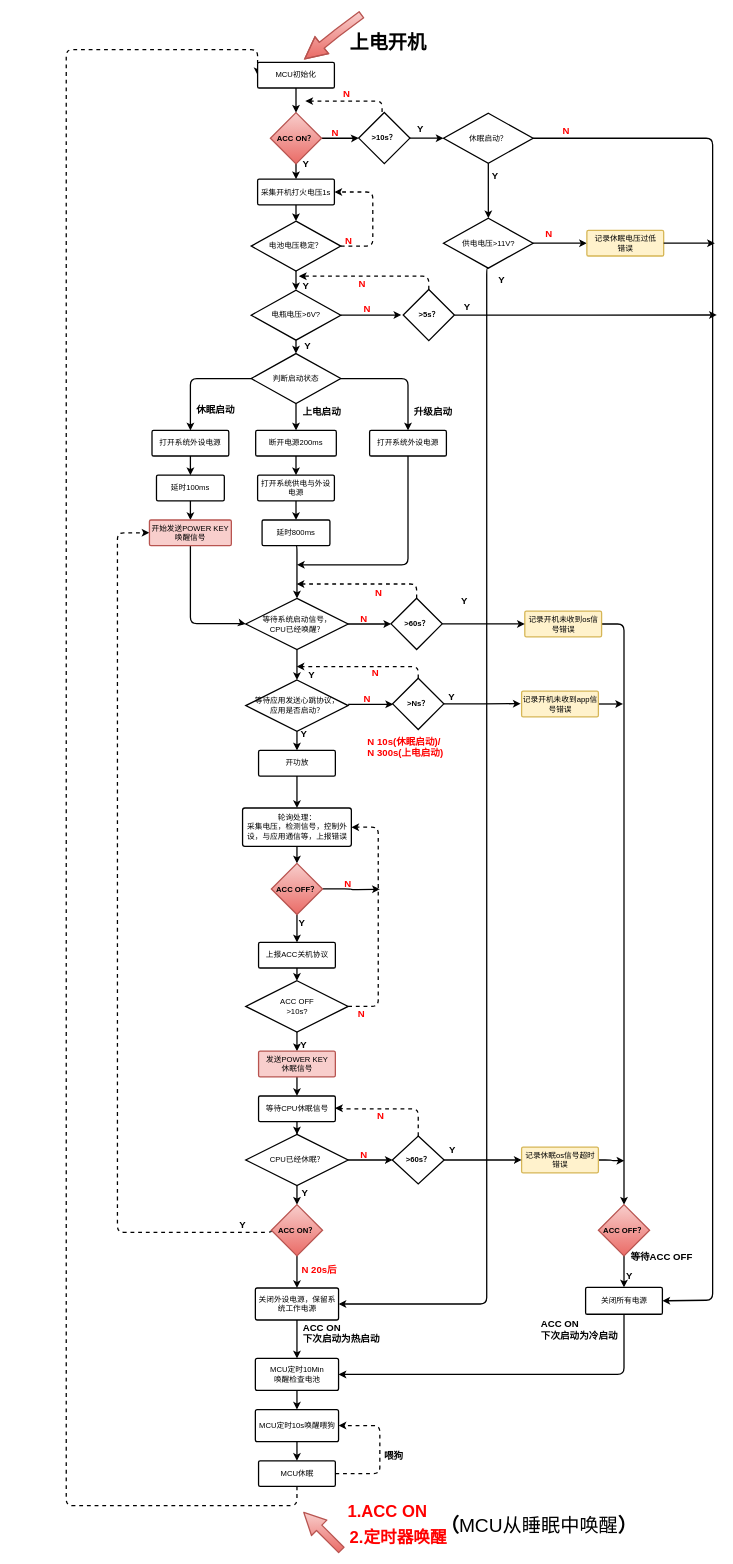
This is page "第 1 页" (1 of 2) of 010_mcu_sleep.drawio from yintianlan/Picture_Draw, a draw.io file, before an edit. Source tidied: cells renumbered, new cells numbered last; positions are measured from the earlier drawing's top-left corner, leaving out a move shared by most shapes. Both pictures are drawn from the tidied source at 64%, with x=0, y=0 at pixel (66, 14).
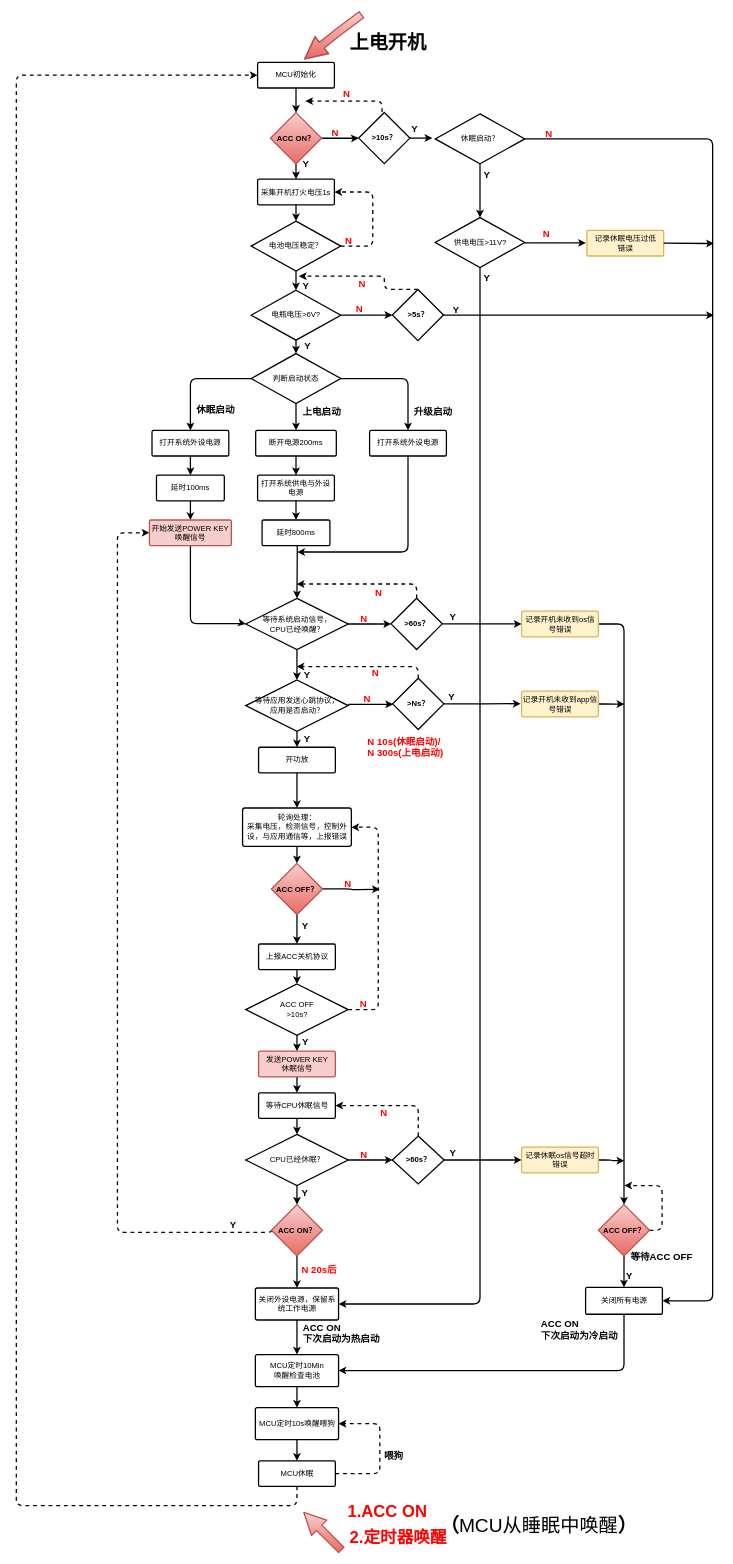
The same page after the edit.

The change refers to these unchanged cells:
```xml
<mxCell id="10" value="电瓶电压&amp;gt;6V?" style="strokeWidth=2;html=1;shape=mxgraph.flowchart.decision;whiteSpace=wrap;fillColor=#ffffff;fontFamily=Helvetica;align=center;strokeColor=#000000;" parent="1" vertex="1">
  <mxGeometry x="289" y="431" width="140" height="78" as="geometry" />
</mxCell>
<mxCell id="16" value="延时800ms" style="strokeWidth=2;html=1;shape=mxgraph.flowchart.process;whiteSpace=wrap;fontFamily=Helvetica;align=center;" parent="1" vertex="1">
  <mxGeometry x="306" y="790" width="106" height="40" as="geometry" />
</mxCell>
<mxCell id="19" value="等待系统启动信号，&lt;br&gt;CPU已经唤醒？" style="strokeWidth=2;html=1;shape=mxgraph.flowchart.decision;whiteSpace=wrap;fillColor=#ffffff;fontFamily=Helvetica;align=center;strokeColor=#000000;" parent="1" vertex="1">
  <mxGeometry x="280.5" y="912.5" width="160" height="80" as="geometry" />
</mxCell>
<mxCell id="32" value="MCU休眠" style="strokeWidth=2;html=1;shape=mxgraph.flowchart.process;whiteSpace=wrap;fillColor=none;fontFamily=Helvetica;align=center;strokeColor=#000000;" parent="1" vertex="1">
  <mxGeometry x="300.5" y="2260" width="120" height="40" as="geometry" />
</mxCell>
<mxCell id="36" value="关闭外设电源，保留系统工作电源" style="strokeWidth=2;html=1;shape=mxgraph.flowchart.process;whiteSpace=wrap;fillColor=none;fontFamily=Helvetica;align=center;strokeColor=#000000;" parent="1" vertex="1">
  <mxGeometry x="295.5" y="1990" width="130" height="50" as="geometry" />
</mxCell>
<mxCell id="42" value="MCU初始化" style="strokeWidth=2;html=1;shape=mxgraph.flowchart.process;whiteSpace=wrap;fontFamily=Helvetica;align=center;" parent="1" vertex="1">
  <mxGeometry x="299" y="75" width="120" height="40" as="geometry" />
</mxCell>
<mxCell id="84" value="关闭所有电源" style="strokeWidth=2;html=1;shape=mxgraph.flowchart.process;whiteSpace=wrap;fillColor=none;fontFamily=Helvetica;align=center;strokeColor=#000000;" parent="1" vertex="1">
  <mxGeometry x="811.5" y="1989" width="120" height="42" as="geometry" />
</mxCell>
<mxCell id="90" value="&lt;b&gt;ACC OFF？&lt;/b&gt;" style="rhombus;whiteSpace=wrap;html=1;strokeWidth=2;fillColor=#f8cecc;fontFamily=Helvetica;align=center;strokeColor=#b85450;gradientColor=#ea6b66;" parent="1" vertex="1">
  <mxGeometry x="831.5" y="1859.8" width="80" height="80" as="geometry" />
</mxCell>
<mxCell id="95" value="记录休眠电压过低&lt;br&gt;错误" style="strokeWidth=2;html=1;shape=mxgraph.flowchart.process;whiteSpace=wrap;fillColor=#fff2cc;fontFamily=Helvetica;align=center;strokeColor=#d6b656;" parent="1" vertex="1">
  <mxGeometry x="813.5" y="337.5" width="120" height="40" as="geometry" />
</mxCell>
<mxCell id="98" value="记录开机未收到app信号错误" style="strokeWidth=2;html=1;shape=mxgraph.flowchart.process;whiteSpace=wrap;fillColor=#fff2cc;fontFamily=Helvetica;align=center;strokeColor=#d6b656;" parent="1" vertex="1">
  <mxGeometry x="711.5" y="1057.5" width="120" height="40" as="geometry" />
</mxCell>
<mxCell id="109" value="打开系统外设电源" style="strokeWidth=2;html=1;shape=mxgraph.flowchart.process;whiteSpace=wrap;fontFamily=Helvetica;align=center;" parent="1" vertex="1">
  <mxGeometry x="474" y="650" width="120" height="40" as="geometry" />
</mxCell>
<mxCell id="133" value="&lt;b&gt;&amp;gt;60s？&lt;/b&gt;" style="rhombus;whiteSpace=wrap;html=1;strokeWidth=2;fontFamily=Helvetica;align=center;" parent="1" vertex="1">
  <mxGeometry x="509.5" y="1752.5" width="81" height="75" as="geometry" />
</mxCell>
<mxCell id="141" value="&lt;b&gt;&amp;gt;10s？&lt;/b&gt;" style="rhombus;whiteSpace=wrap;html=1;strokeWidth=2;fontFamily=Helvetica;align=center;" parent="1" vertex="1">
  <mxGeometry x="457" y="153.3" width="80" height="80" as="geometry" />
</mxCell>
```

The edit, as a diff of the source:
```diff
@@
-    <mxCell id="8" style="edgeStyle=orthogonalEdgeStyle;rounded=1;jettySize=auto;html=1;exitX=1;exitY=0.5;exitDx=0;exitDy=0;exitPerimeter=0;strokeWidth=2;" parent="1" edge="1" source="10">
-      <mxGeometry relative="1" as="geometry">
-        <mxPoint x="523.5" y="469.7" as="targetPoint" />
-      </mxGeometry>
-    </mxCell>
@@
+    <mxCell id="151" style="edgeStyle=orthogonalEdgeStyle;rounded=1;jettySize=auto;html=1;exitX=1;exitY=0.5;exitDx=0;exitDy=0;exitPerimeter=0;strokeWidth=2;entryX=0;entryY=0.5;entryDx=0;entryDy=0;" parent="1" edge="1" source="10" target="124">
+      <mxGeometry relative="1" as="geometry" />
+    </mxCell>
@@
     <mxCell id="15" style="edgeStyle=orthogonalEdgeStyle;rounded=1;jettySize=auto;html=1;exitX=0.5;exitY=1;exitDx=0;exitDy=0;exitPerimeter=0;entryX=0.5;entryY=0;entryDx=0;entryDy=0;entryPerimeter=0;strokeWidth=2;" parent="1" edge="1" source="16" target="19">
       <mxGeometry relative="1" as="geometry">
         <Array as="points">
-          <mxPoint x="360" y="830" />
+          <mxPoint x="361" y="830" />
+          <mxPoint x="361" y="840" />
         </Array>
       </mxGeometry>
     </mxCell>
@@
     <mxCell id="29" value="上报ACC关机协议" style="strokeWidth=2;html=1;shape=mxgraph.flowchart.process;whiteSpace=wrap;fontFamily=Helvetica;align=center;" parent="1" vertex="1">
-      <mxGeometry x="300.5" y="1450" width="120" height="40" as="geometry" />
+      <mxGeometry x="300.5" y="1452.5" width="120" height="40" as="geometry" />
     </mxCell>
     <mxCell id="30" style="edgeStyle=orthogonalEdgeStyle;rounded=1;jettySize=auto;html=1;exitX=0.5;exitY=1;exitDx=0;exitDy=0;exitPerimeter=0;strokeWidth=2;entryX=0;entryY=0.5;entryDx=0;entryDy=0;entryPerimeter=0;dashed=1;" parent="1" edge="1" source="32" target="42">
       <mxGeometry relative="1" as="geometry">
         <Array as="points">
-          <mxPoint x="360" y="2330" />
-          <mxPoint y="2330" />
-          <mxPoint y="55" />
-          <mxPoint x="299" y="55" />
+          <mxPoint x="361" y="2330" />
+          <mxPoint x="-78" y="2330" />
+          <mxPoint x="-78" y="95" />
         </Array>
       </mxGeometry>
     </mxCell>
     <mxCell id="31" style="edgeStyle=orthogonalEdgeStyle;rounded=1;jettySize=auto;html=1;exitX=1;exitY=0.5;exitDx=0;exitDy=0;exitPerimeter=0;strokeWidth=2;dashed=1;entryX=1;entryY=0.5;entryDx=0;entryDy=0;entryPerimeter=0;" parent="1" edge="1" source="32" target="114">
       <mxGeometry relative="1" as="geometry">
         <Array as="points">
           <mxPoint x="490" y="2280" />
-          <mxPoint x="490" y="2205" />
+          <mxPoint x="490" y="2202" />
         </Array>
       </mxGeometry>
     </mxCell>
@@
     <mxCell id="34" value="等待CPU休眠信号" style="strokeWidth=2;html=1;shape=mxgraph.flowchart.process;whiteSpace=wrap;fontFamily=Helvetica;align=center;" parent="1" vertex="1">
-      <mxGeometry x="300.5" y="1690" width="120" height="40" as="geometry" />
+      <mxGeometry x="300.5" y="1685" width="120" height="40" as="geometry" />
     </mxCell>
@@
     <mxCell id="43" value="Y" style="text;html=1;align=center;verticalAlign=middle;spacingTop=-4;fontFamily=Helvetica;labelPosition=center;verticalLabelPosition=middle;strokeWidth=2;fontSize=15;fontStyle=1;" parent="1" vertex="1">
-      <mxGeometry x="360.5" y="1120" width="20" height="10" as="geometry" />
+      <mxGeometry x="365.5" y="1127.5" width="20" height="10" as="geometry" />
     </mxCell>
@@
     <mxCell id="46" value="&lt;font color=&quot;#ff0000&quot;&gt;N&lt;/font&gt;" style="text;html=1;align=left;verticalAlign=top;spacingTop=-4;fontFamily=Helvetica;fontSize=15;fontStyle=1;" parent="1" vertex="1">
-      <mxGeometry x="453.5" y="1550" width="30" height="20" as="geometry" />
+      <mxGeometry x="457" y="1535" width="30" height="20" as="geometry" />
     </mxCell>
@@
     <mxCell id="51" value="开功放" style="strokeWidth=2;html=1;shape=mxgraph.flowchart.process;whiteSpace=wrap;fontFamily=Helvetica;align=center;" parent="1" vertex="1">
-      <mxGeometry x="300.5" y="1150.1" width="120" height="40" as="geometry" />
+      <mxGeometry x="300.5" y="1145.1" width="120" height="40" as="geometry" />
     </mxCell>
     <mxCell id="52" value="ACC OFF&lt;br&gt;&amp;gt;10s?&lt;br&gt;" style="strokeWidth=2;html=1;shape=mxgraph.flowchart.decision;whiteSpace=wrap;fillColor=#ffffff;fontFamily=Helvetica;align=center;strokeColor=#000000;" parent="1" vertex="1">
-      <mxGeometry x="280.5" y="1510" width="160" height="80" as="geometry" />
+      <mxGeometry x="280.5" y="1515" width="160" height="80" as="geometry" />
     </mxCell>
@@
     <mxCell id="54" value="Y" style="text;html=1;align=center;verticalAlign=middle;spacingTop=-4;fontFamily=Helvetica;labelPosition=center;verticalLabelPosition=middle;strokeWidth=2;fontSize=15;fontStyle=1;" parent="1" vertex="1">
-      <mxGeometry x="372.5" y="1027.5" width="20" height="10" as="geometry" />
+      <mxGeometry x="365.5" y="1027.5" width="20" height="10" as="geometry" />
     </mxCell>
@@
     <mxCell id="63" value="Y" style="text;html=1;strokeColor=none;fillColor=none;align=center;verticalAlign=middle;whiteSpace=wrap;rounded=0;labelBackgroundColor=none;fontFamily=Helvetica;fontSize=15;fontStyle=1;" parent="1" vertex="1">
-      <mxGeometry x="350.5" y="1600" width="40" height="20" as="geometry" />
+      <mxGeometry x="354" y="1595" width="40" height="20" as="geometry" />
     </mxCell>
     <mxCell id="64" value="Y" style="text;html=1;align=center;verticalAlign=middle;spacingTop=-4;fontFamily=Helvetica;labelPosition=center;verticalLabelPosition=middle;strokeWidth=2;fontSize=15;fontStyle=1;" parent="1" vertex="1">
-      <mxGeometry x="357.5" y="1416" width="20" height="10" as="geometry" />
+      <mxGeometry x="362.5" y="1420" width="20" height="10" as="geometry" />
     </mxCell>
@@
-    <mxCell id="68" style="edgeStyle=orthogonalEdgeStyle;rounded=1;jettySize=auto;html=1;exitX=1;exitY=0.5;exitDx=0;exitDy=0;exitPerimeter=0;entryX=0;entryY=0.5;entryDx=0;entryDy=0;entryPerimeter=0;strokeWidth=2;" parent="1" edge="1" source="70" target="95">
-      <mxGeometry relative="1" as="geometry" />
+    <mxCell id="68" style="edgeStyle=orthogonalEdgeStyle;rounded=1;jettySize=auto;html=1;exitX=1;exitY=0.5;exitDx=0;exitDy=0;exitPerimeter=0;strokeWidth=2;" parent="1" edge="1" source="70">
+      <mxGeometry relative="1" as="geometry">
+        <mxPoint x="812" y="357" as="targetPoint" />
+        <Array as="points">
+          <mxPoint x="812" y="357" />
+          <mxPoint x="812" y="357" />
+        </Array>
+      </mxGeometry>
     </mxCell>
     <mxCell id="69" style="edgeStyle=orthogonalEdgeStyle;rounded=1;jettySize=auto;html=1;exitX=0.5;exitY=1;exitDx=0;exitDy=0;exitPerimeter=0;strokeWidth=2;entryX=1;entryY=0.5;entryDx=0;entryDy=0;entryPerimeter=0;" parent="1" edge="1" source="70" target="36">
       <mxGeometry relative="1" as="geometry">
         <Array as="points">
-          <mxPoint x="657" y="397" />
-          <mxPoint x="657" y="2015" />
+          <mxPoint x="646" y="2015" />
         </Array>
       </mxGeometry>
     </mxCell>
     <mxCell id="70" value="供电电压&amp;gt;11V?" style="strokeWidth=2;html=1;shape=mxgraph.flowchart.decision;whiteSpace=wrap;fillColor=#ffffff;fontFamily=Helvetica;align=center;strokeColor=#000000;" parent="1" vertex="1">
-      <mxGeometry x="589.5" y="318.5" width="140" height="78" as="geometry" />
+      <mxGeometry x="576.5" y="317.5" width="140" height="78" as="geometry" />
     </mxCell>
@@
     <mxCell id="73" value="休眠启动？" style="strokeWidth=2;html=1;shape=mxgraph.flowchart.decision;whiteSpace=wrap;fillColor=#ffffff;fontFamily=Helvetica;align=center;strokeColor=#000000;" parent="1" vertex="1">
-      <mxGeometry x="589.5" y="154.5" width="140" height="78" as="geometry" />
+      <mxGeometry x="576.5" y="155.5" width="140" height="78" as="geometry" />
     </mxCell>
     <mxCell id="74" value="Y" style="text;html=1;align=center;verticalAlign=middle;spacingTop=-4;fontFamily=Helvetica;labelPosition=center;verticalLabelPosition=middle;strokeWidth=2;fontSize=15;fontStyle=1;" parent="1" vertex="1">
-      <mxGeometry x="659.5" y="247.5" width="20" height="10" as="geometry" />
+      <mxGeometry x="646.5" y="246.5" width="20" height="10" as="geometry" />
     </mxCell>
     <mxCell id="75" value="&lt;span style=&quot;font-size: 15px&quot;&gt;&lt;font color=&quot;#ff0000&quot;&gt;N&lt;/font&gt;&lt;/span&gt;" style="text;html=1;align=left;verticalAlign=top;spacingTop=-4;fontFamily=Helvetica;strokeWidth=2;fontSize=15;fontStyle=1;" parent="1" vertex="1">
-      <mxGeometry x="463" y="447.5" width="30" height="20" as="geometry" />
+      <mxGeometry x="451" y="447.5" width="30" height="20" as="geometry" />
     </mxCell>
     <mxCell id="76" value="&lt;span style=&quot;font-size: 15px&quot;&gt;&lt;font color=&quot;#ff0000&quot;&gt;N&lt;/font&gt;&lt;/span&gt;" style="text;html=1;align=left;verticalAlign=top;spacingTop=-4;fontFamily=Helvetica;strokeWidth=2;fontSize=15;fontStyle=1;" parent="1" vertex="1">
-      <mxGeometry x="747" y="332" width="30" height="20" as="geometry" />
+      <mxGeometry x="742.5" y="332" width="30" height="20" as="geometry" />
     </mxCell>
@@
     <mxCell id="83" style="edgeStyle=orthogonalEdgeStyle;rounded=1;jettySize=auto;html=1;exitX=0.5;exitY=1;exitDx=0;exitDy=0;exitPerimeter=0;strokeWidth=2;entryX=1;entryY=0.5;entryDx=0;entryDy=0;entryPerimeter=0;" parent="1" edge="1" source="84" target="112">
       <mxGeometry relative="1" as="geometry">
         <Array as="points">
-          <mxPoint x="871" y="2125" />
+          <mxPoint x="871" y="2119" />
         </Array>
       </mxGeometry>
     </mxCell>
@@
     <mxCell id="86" value="Y" style="text;html=1;align=center;verticalAlign=middle;spacingTop=-4;fontFamily=Helvetica;labelPosition=center;verticalLabelPosition=middle;strokeWidth=2;fontSize=15;fontStyle=1;" parent="1" vertex="1">
-      <mxGeometry x="669.5" y="411" width="20" height="10" as="geometry" />
+      <mxGeometry x="646.5" y="408" width="20" height="10" as="geometry" />
     </mxCell>
@@
     <mxCell id="88" value="Y" style="text;html=1;strokeColor=none;fillColor=none;align=center;verticalAlign=middle;whiteSpace=wrap;rounded=0;labelBackgroundColor=none;fontFamily=Helvetica;fontSize=15;fontStyle=1;" parent="1" vertex="1">
-      <mxGeometry x="255.5" y="1880" width="40" height="20" as="geometry" />
+      <mxGeometry x="240.5" y="1880" width="40" height="20" as="geometry" />
     </mxCell>
@@
+    <mxCell id="152" style="edgeStyle=orthogonalEdgeStyle;rounded=1;jettySize=auto;html=1;exitX=1;exitY=0.5;exitDx=0;exitDy=0;strokeWidth=2;dashed=1;" parent="1" edge="1" source="90">
+      <mxGeometry relative="1" as="geometry">
+        <mxPoint x="872" y="1830" as="targetPoint" />
+        <Array as="points">
+          <mxPoint x="931" y="1900" />
+          <mxPoint x="931" y="1830" />
+          <mxPoint x="872" y="1830" />
+        </Array>
+      </mxGeometry>
+    </mxCell>
@@
     <mxCell id="91" value="&lt;font color=&quot;#ff0000&quot;&gt;N&lt;/font&gt;" style="text;html=1;align=left;verticalAlign=top;spacingTop=-4;fontFamily=Helvetica;fontSize=15;fontStyle=1;" parent="1" vertex="1">
-      <mxGeometry x="774" y="171" width="30" height="20" as="geometry" />
+      <mxGeometry x="746.5" y="174.5" width="30" height="20" as="geometry" />
     </mxCell>
@@
     <mxCell id="96" value="记录开机未收到os信号错误" style="strokeWidth=2;html=1;shape=mxgraph.flowchart.process;whiteSpace=wrap;fillColor=#fff2cc;fontFamily=Helvetica;align=center;strokeColor=#d6b656;" parent="1" vertex="1">
-      <mxGeometry x="716.5" y="932.5" width="120" height="40" as="geometry" />
+      <mxGeometry x="711.5" y="932.5" width="120" height="40" as="geometry" />
     </mxCell>
-    <mxCell id="97" style="edgeStyle=orthogonalEdgeStyle;curved=1;jettySize=auto;html=1;exitX=1;exitY=0.5;exitDx=0;exitDy=0;exitPerimeter=0;strokeWidth=2;" parent="1" edge="1" source="98">
-      <mxGeometry relative="1" as="geometry">
-        <mxPoint x="870" y="1077" as="targetPoint" />
-      </mxGeometry>
-    </mxCell>
+    <mxCell id="153" style="edgeStyle=orthogonalEdgeStyle;rounded=1;jettySize=auto;html=1;exitX=1;exitY=0.5;exitDx=0;exitDy=0;exitPerimeter=0;strokeWidth=2;" parent="1" edge="1" source="98">
+      <mxGeometry relative="1" as="geometry">
+        <mxPoint x="872" y="1077.6" as="targetPoint" />
+      </mxGeometry>
+    </mxCell>
@@
     <mxCell id="108" style="edgeStyle=orthogonalEdgeStyle;rounded=1;jettySize=auto;html=1;exitX=0.5;exitY=1;exitDx=0;exitDy=0;exitPerimeter=0;strokeWidth=2;" parent="1" edge="1" source="109">
       <mxGeometry relative="1" as="geometry">
-        <mxPoint x="360.5" y="860" as="targetPoint" />
+        <mxPoint x="361" y="840" as="targetPoint" />
         <Array as="points">
-          <mxPoint x="533.5" y="860" />
+          <mxPoint x="534" y="840" />
         </Array>
       </mxGeometry>
     </mxCell>
@@
     <mxCell id="112" value="MCU定时10Min&lt;br&gt;唤醒检查电池" style="strokeWidth=2;html=1;shape=mxgraph.flowchart.process;whiteSpace=wrap;fillColor=none;fontFamily=Helvetica;align=center;strokeColor=#000000;" parent="1" vertex="1">
-      <mxGeometry x="295.5" y="2100" width="130" height="50" as="geometry" />
+      <mxGeometry x="295.5" y="2094" width="130" height="50" as="geometry" />
     </mxCell>
@@
     <mxCell id="114" value="&lt;span style=&quot;text-align: left ; white-space: nowrap&quot;&gt;MCU定时10s唤醒喂狗&lt;/span&gt;" style="strokeWidth=2;html=1;shape=mxgraph.flowchart.process;whiteSpace=wrap;fillColor=none;fontFamily=Helvetica;align=center;strokeColor=#000000;" parent="1" vertex="1">
-      <mxGeometry x="295.5" y="2180" width="130" height="50" as="geometry" />
+      <mxGeometry x="295.5" y="2177" width="130" height="50" as="geometry" />
     </mxCell>
@@
     <mxCell id="120" style="edgeStyle=orthogonalEdgeStyle;rounded=1;jettySize=auto;html=1;strokeWidth=2;entryX=1;entryY=0.5;entryDx=0;entryDy=0;entryPerimeter=0;exitX=1;exitY=0.5;exitDx=0;exitDy=0;exitPerimeter=0;" parent="1" edge="1" source="73" target="84">
       <mxGeometry relative="1" as="geometry">
         <Array as="points">
-          <mxPoint x="1010" y="193" />
-          <mxPoint x="1010" y="2009" />
+          <mxPoint x="1010" y="194" />
+          <mxPoint x="1010" y="2010" />
         </Array>
       </mxGeometry>
     </mxCell>
     <mxCell id="121" style="edgeStyle=orthogonalEdgeStyle;rounded=1;jettySize=auto;html=1;strokeWidth=2;exitX=1;exitY=0.5;exitDx=0;exitDy=0;exitPerimeter=0;" parent="1" edge="1" source="95">
       <mxGeometry relative="1" as="geometry">
-        <mxPoint x="1013.5" y="357.5" as="targetPoint" />
+        <mxPoint x="1012" y="358" as="targetPoint" />
+        <Array as="points">
+          <mxPoint x="934" y="358" />
+          <mxPoint x="934" y="358" />
+        </Array>
       </mxGeometry>
     </mxCell>
     <mxCell id="122" style="edgeStyle=orthogonalEdgeStyle;rounded=1;jettySize=auto;html=1;exitX=0.5;exitY=0;exitDx=0;exitDy=0;strokeWidth=2;dashed=1;" parent="1" edge="1" source="124">
       <mxGeometry relative="1" as="geometry">
         <mxPoint x="363.5" y="409" as="targetPoint" />
         <Array as="points">
-          <mxPoint x="566.5" y="409.5" />
+          <mxPoint x="497" y="409" />
         </Array>
       </mxGeometry>
     </mxCell>
     <mxCell id="123" style="edgeStyle=orthogonalEdgeStyle;rounded=1;jettySize=auto;html=1;exitX=1;exitY=0.5;exitDx=0;exitDy=0;strokeWidth=2;" parent="1" edge="1" source="124">
       <mxGeometry relative="1" as="geometry">
-        <mxPoint x="1016.5" y="469.7" as="targetPoint" />
+        <mxPoint x="1012" y="470" as="targetPoint" />
+        <Array as="points">
+          <mxPoint x="544" y="470" />
+          <mxPoint x="544" y="470" />
+        </Array>
       </mxGeometry>
     </mxCell>
     <mxCell id="124" value="&lt;b&gt;&amp;gt;5s？&lt;/b&gt;" style="rhombus;whiteSpace=wrap;html=1;strokeWidth=2;fontFamily=Helvetica;align=center;" parent="1" vertex="1">
-      <mxGeometry x="526.5" y="429.8" width="80" height="80" as="geometry" />
+      <mxGeometry x="509.5" y="429.8" width="80" height="80" as="geometry" />
     </mxCell>
@@
-    <mxCell id="131" style="edgeStyle=orthogonalEdgeStyle;rounded=1;jettySize=auto;html=1;exitX=0.5;exitY=0;exitDx=0;exitDy=0;strokeWidth=2;dashed=1;" parent="1" edge="1" source="133">
+    <mxCell id="131" style="edgeStyle=orthogonalEdgeStyle;rounded=1;jettySize=auto;html=1;exitX=0.5;exitY=0;exitDx=0;exitDy=0;strokeWidth=2;dashed=1;entryX=1;entryY=0.5;entryDx=0;entryDy=0;entryPerimeter=0;" parent="1" edge="1" source="133" target="34">
       <mxGeometry relative="1" as="geometry">
-        <mxPoint x="420" y="1709" as="targetPoint" />
         <Array as="points">
-          <mxPoint x="550" y="1710" />
-          <mxPoint x="430" y="1710" />
+          <mxPoint x="550" y="1705" />
         </Array>
       </mxGeometry>
     </mxCell>
@@
     <mxCell id="137" value="Y" style="text;html=1;align=center;verticalAlign=middle;spacingTop=-4;fontFamily=Helvetica;labelPosition=center;verticalLabelPosition=middle;strokeWidth=2;fontSize=15;fontStyle=1;" parent="1" vertex="1">
-      <mxGeometry x="612" y="912.5" width="20" height="10" as="geometry" />
+      <mxGeometry x="594" y="937.5" width="20" height="10" as="geometry" />
     </mxCell>
     <mxCell id="138" value="Y" style="text;html=1;align=center;verticalAlign=middle;spacingTop=-4;fontFamily=Helvetica;labelPosition=center;verticalLabelPosition=middle;strokeWidth=2;fontSize=15;fontStyle=1;" parent="1" vertex="1">
-      <mxGeometry x="593" y="1770" width="20" height="10" as="geometry" />
+      <mxGeometry x="594" y="1775" width="20" height="10" as="geometry" />
     </mxCell>
     <mxCell id="139" value="&lt;font color=&quot;#ff0000&quot;&gt;N&lt;/font&gt;" style="text;html=1;align=left;verticalAlign=top;spacingTop=-4;fontFamily=Helvetica;fontSize=15;fontStyle=1;" parent="1" vertex="1">
-      <mxGeometry x="483.5" y="1710" width="30" height="20" as="geometry" />
+      <mxGeometry x="489" y="1705" width="30" height="20" as="geometry" />
     </mxCell>
-    <mxCell id="140" style="edgeStyle=orthogonalEdgeStyle;rounded=0;jettySize=auto;html=1;exitX=1;exitY=0.5;exitDx=0;exitDy=0;strokeWidth=2;entryX=0;entryY=0.5;entryDx=0;entryDy=0;entryPerimeter=0;" parent="1" edge="1" source="141" target="73">
-      <mxGeometry relative="1" as="geometry" />
-    </mxCell>
+    <mxCell id="154" style="edgeStyle=orthogonalEdgeStyle;rounded=1;jettySize=auto;html=1;exitX=1;exitY=0.5;exitDx=0;exitDy=0;strokeWidth=2;" parent="1" edge="1" source="141">
+      <mxGeometry relative="1" as="geometry">
+        <mxPoint x="572" y="193.2" as="targetPoint" />
+      </mxGeometry>
+    </mxCell>
@@
     <mxCell id="142" value="Y" style="text;html=1;align=center;verticalAlign=middle;spacingTop=-4;fontFamily=Helvetica;labelPosition=center;verticalLabelPosition=middle;strokeWidth=2;fontSize=15;fontStyle=1;" parent="1" vertex="1">
-      <mxGeometry x="543" y="176" width="20" height="10" as="geometry" />
+      <mxGeometry x="534" y="175" width="20" height="10" as="geometry" />
     </mxCell>
@@
     <mxCell id="144" value="Y" style="text;html=1;align=center;verticalAlign=middle;spacingTop=-4;fontFamily=Helvetica;labelPosition=center;verticalLabelPosition=middle;strokeWidth=2;fontSize=15;fontStyle=1;" parent="1" vertex="1">
-      <mxGeometry x="616" y="452.5" width="20" height="10" as="geometry" />
+      <mxGeometry x="598.5" y="457.5" width="20" height="10" as="geometry" />
     </mxCell>
```
